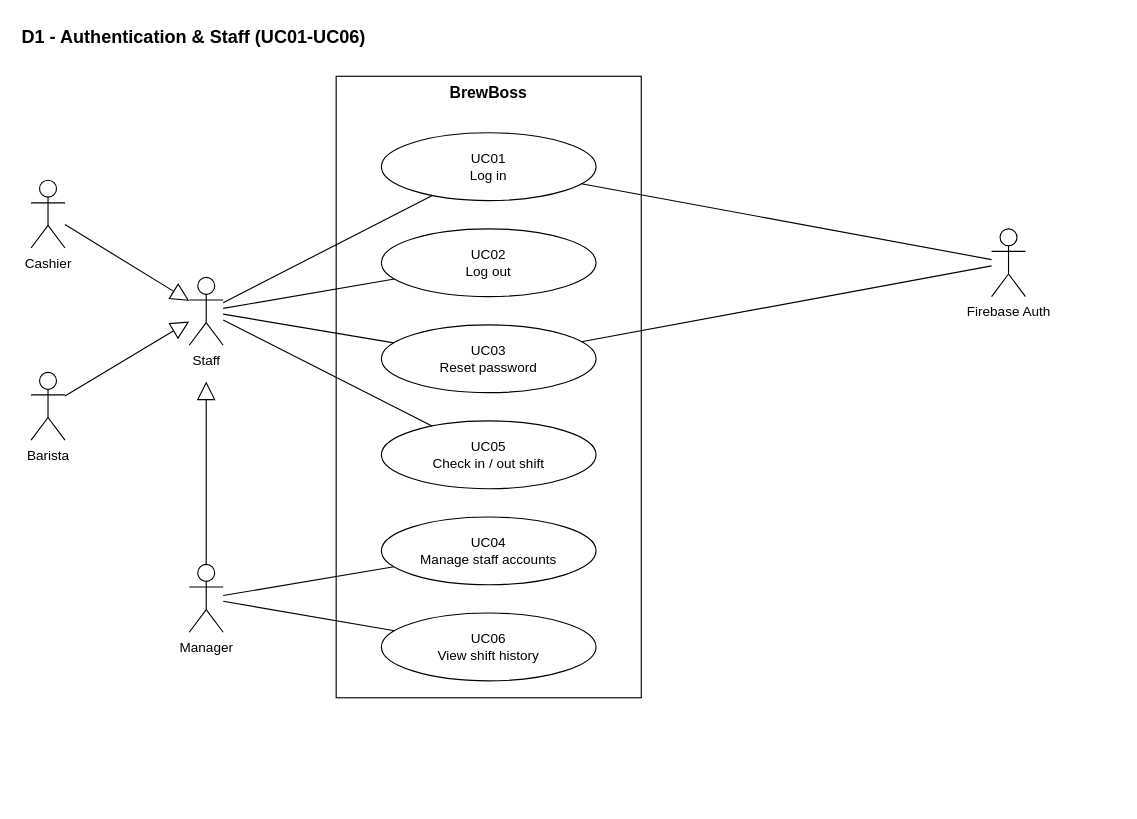
Above: page "D1 Auth & Staff" (2 of 6) of docs/diagrams/use-case-diagrams.drawio in huytran303/CafeManagementSystem (draw.io), before the change. Source tidied: cells renumbered, new cells numbered last; positions are measured from the earlier drawing's top-left corner, leaving out a move shared by most shapes. Both pictures are drawn from the tidied source at 113%, with x=0, y=0 at pixel (19, 19).
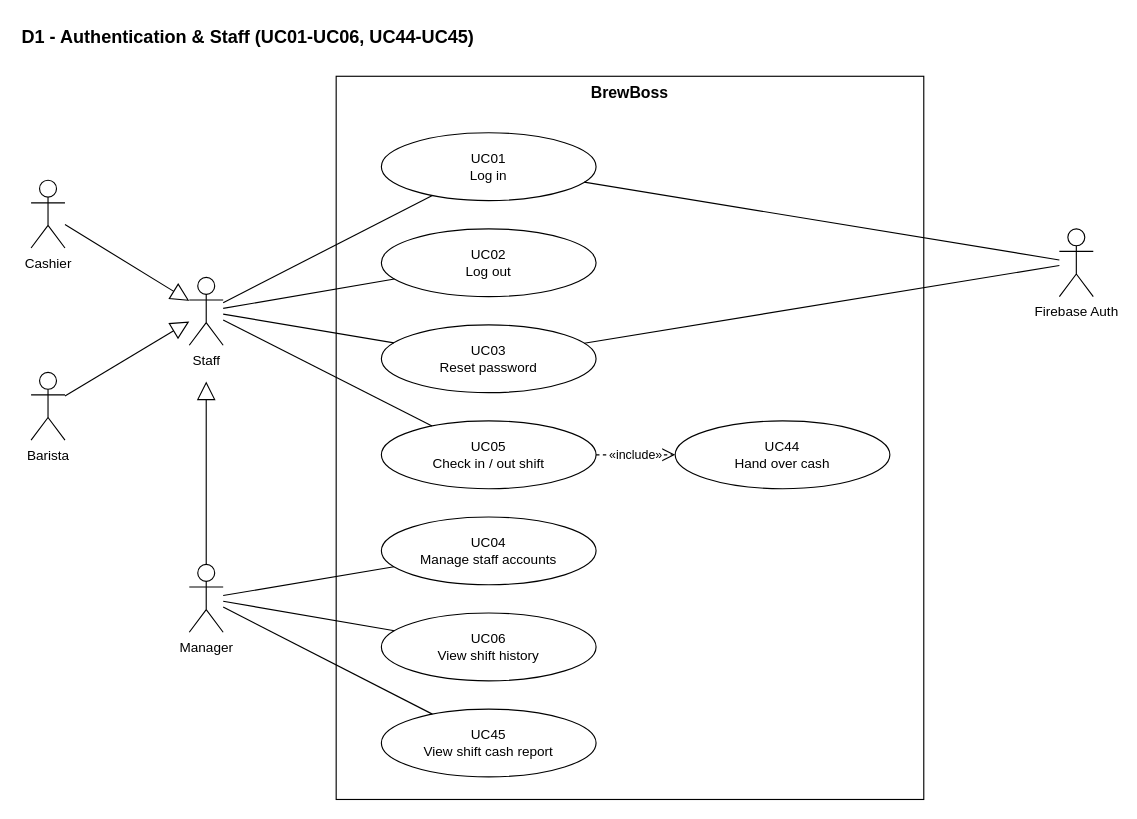
Above is the later version.

The change refers to these unchanged cells:
```xml
<mxCell id="7" value="UC05&lt;br&gt;Check in / out shift" style="ellipse;whiteSpace=wrap;html=1;fillColor=#ffffff;fontSize=12;" parent="1" vertex="1">
  <mxGeometry x="320" y="355" width="190" height="60" as="geometry" />
</mxCell>
<mxCell id="13" value="Manager" style="shape=umlActor;verticalLabelPosition=bottom;verticalAlign=top;html=1;outlineConnect=0;fillColor=#ffffff;" parent="1" vertex="1">
  <mxGeometry x="150" y="482" width="30" height="60" as="geometry" />
</mxCell>
```

Diff of the diagram source:
```diff
@@
-    <mxCell id="2" value="D1 - Authentication &amp; Staff (UC01-UC06)" style="text;html=1;align=left;verticalAlign=middle;fontStyle=1;fontSize=16;" parent="1" vertex="1">
+    <mxCell id="2" value="D1 - Authentication &amp; Staff (UC01-UC06, UC44-UC45)" style="text;html=1;align=left;verticalAlign=middle;fontStyle=1;fontSize=16;" parent="1" vertex="1">
       <mxGeometry width="600" height="30" as="geometry" />
     </mxCell>
     <mxCell id="3" value="BrewBoss" style="rounded=0;whiteSpace=wrap;html=1;fillColor=none;verticalAlign=top;fontStyle=1;fontSize=14;" parent="1" vertex="1">
-      <mxGeometry x="280" y="50" width="270" height="550" as="geometry" />
+      <mxGeometry x="280" y="50" width="520" height="640" as="geometry" />
     </mxCell>
@@
+    <mxCell id="26" value="UC44&lt;br&gt;Hand over cash" style="ellipse;whiteSpace=wrap;html=1;fillColor=#ffffff;fontSize=12;" parent="1" vertex="1">
+      <mxGeometry x="580" y="355" width="190" height="60" as="geometry" />
+    </mxCell>
+    <mxCell id="27" value="UC45&lt;br&gt;View shift cash report" style="ellipse;whiteSpace=wrap;html=1;fillColor=#ffffff;fontSize=12;" parent="1" vertex="1">
+      <mxGeometry x="320" y="610" width="190" height="60" as="geometry" />
+    </mxCell>
@@
     <mxCell id="14" value="Firebase Auth" style="shape=umlActor;verticalLabelPosition=bottom;verticalAlign=top;html=1;outlineConnect=0;fillColor=#ffffff;" parent="1" vertex="1">
-      <mxGeometry x="860" y="185" width="30" height="60" as="geometry" />
+      <mxGeometry x="920" y="185" width="30" height="60" as="geometry" />
     </mxCell>
@@
+    <mxCell id="28" value="«include»" style="dashed=1;endArrow=open;endFill=0;endSize=10;html=1;rounded=0;fontSize=11;labelBackgroundColor=#ffffff;" parent="1" edge="1" source="7" target="26">
+      <mxGeometry relative="1" as="geometry" />
+    </mxCell>
+    <mxCell id="29" style="endArrow=none;html=1;rounded=0;" parent="1" edge="1" source="13" target="27">
+      <mxGeometry relative="1" as="geometry" />
+    </mxCell>
```
